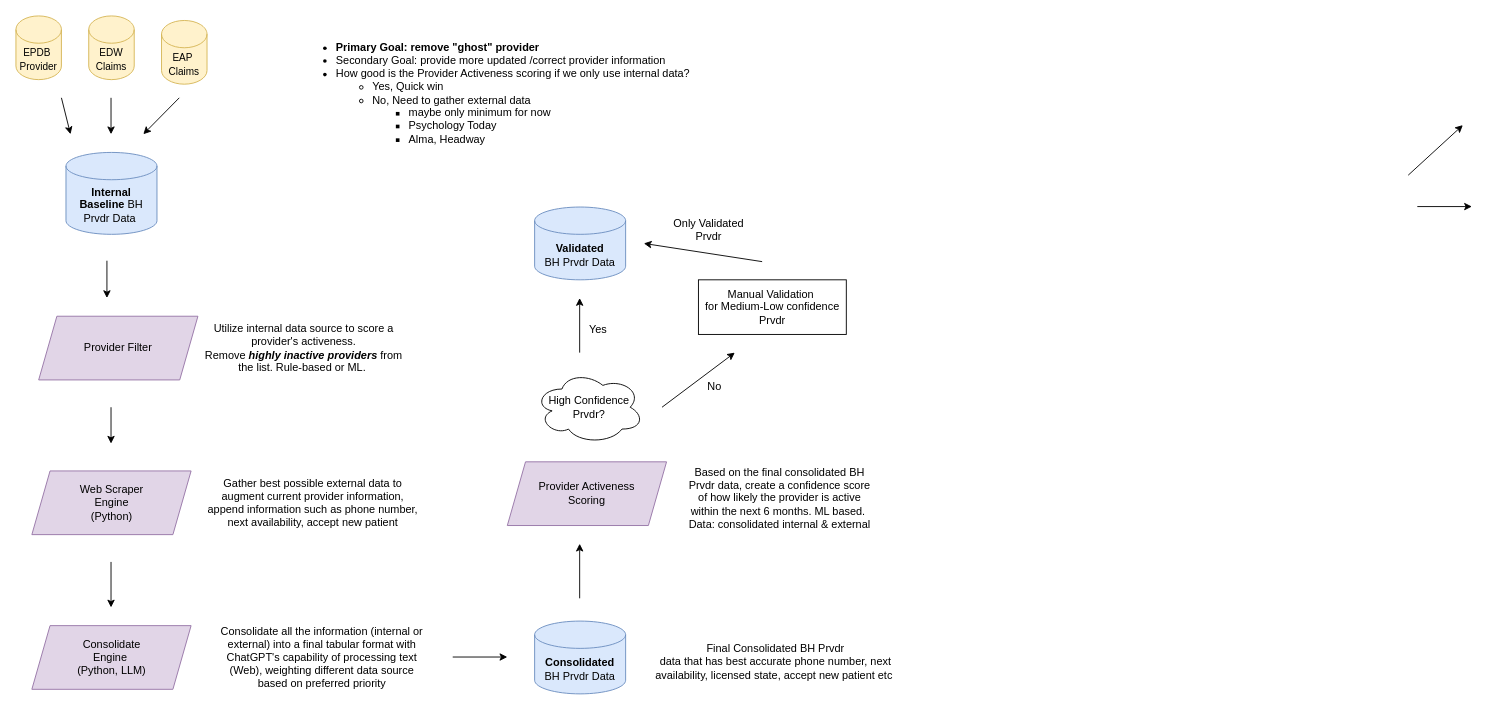
miaow27/miaow27 keeps this draw.io diagram as bh_provider_data_bigpicture2.drawio. Above is the earlier version. Source tidied: cells renumbered, new cells numbered last; positions are measured from the earlier drawing's top-left corner, leaving out a move shared by most shapes. Both pictures are drawn from the tidied source at 91%, with x=0, y=0 at pixel (15, 15).
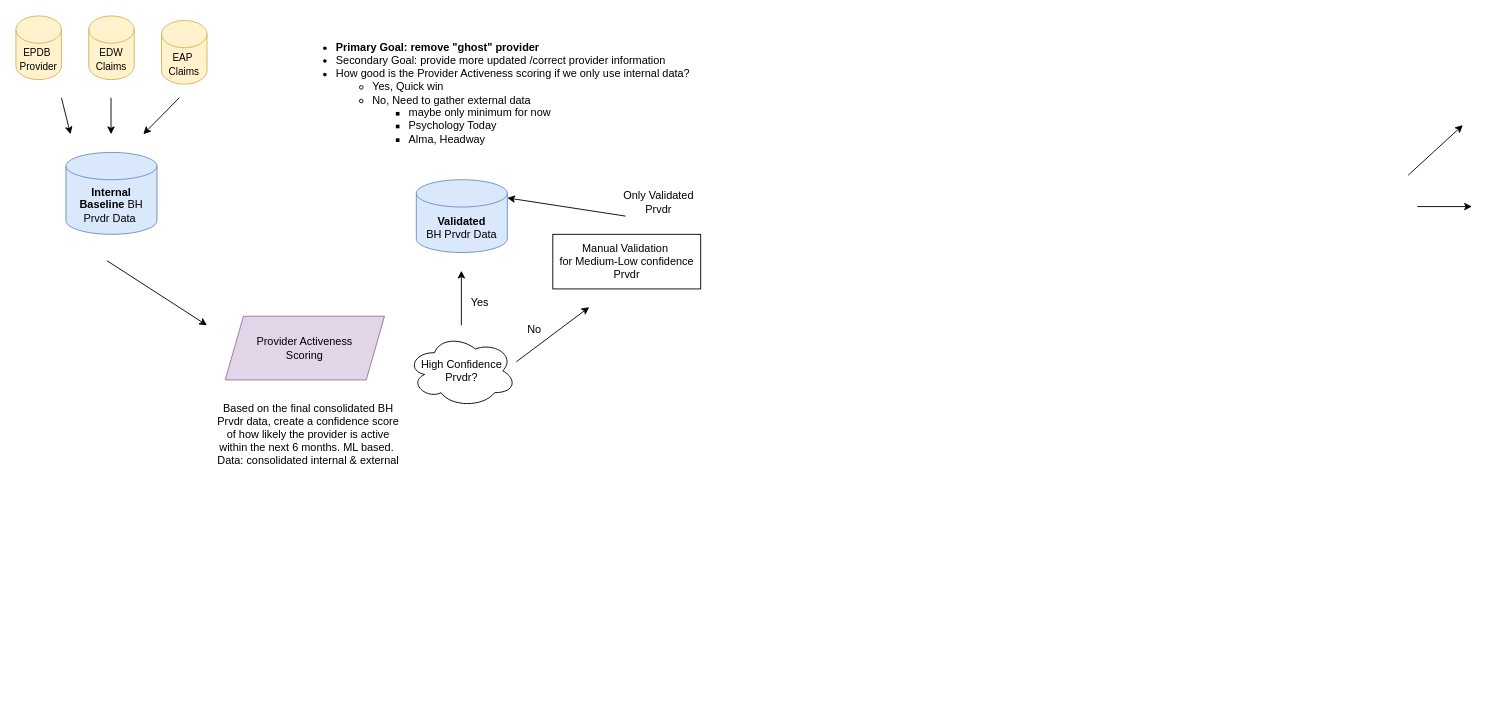
The same page after the edit.

What changed in the source:
```diff
@@
     <mxCell id="8" style="endArrow=classic;html=1;rounded=0;" parent="1" edge="1">
       <mxGeometry relative="1" as="geometry">
         <mxPoint x="100" y="269" as="sourcePoint" />
-        <mxPoint x="100" y="310" as="targetPoint" />
+        <mxPoint x="210" y="340" as="targetPoint" />
       </mxGeometry>
     </mxCell>
-    <mxCell id="9" value="Web Scraper &lt;br&gt;Engine&lt;br&gt;(Python)" style="shape=parallelogram;perimeter=parallelogramPerimeter;whiteSpace=wrap;html=1;fixedSize=1;fillColor=#e1d5e7;strokeColor=#9673a6;" parent="1" vertex="1">
-      <mxGeometry x="17.5" y="500" width="175" height="70" as="geometry" />
-    </mxCell>
-    <mxCell id="10" value="Consolidate &lt;br&gt;Engine&amp;nbsp;&lt;br&gt;(Python, LLM)" style="shape=parallelogram;perimeter=parallelogramPerimeter;whiteSpace=wrap;html=1;fixedSize=1;fillColor=#e1d5e7;strokeColor=#9673a6;" parent="1" vertex="1">
-      <mxGeometry x="17.5" y="670" width="175" height="70" as="geometry" />
-    </mxCell>
-    <mxCell id="11" value="&lt;b&gt;Consolidated&lt;/b&gt;&lt;br&gt;BH Prvdr Data" style="shape=cylinder3;whiteSpace=wrap;html=1;boundedLbl=1;backgroundOutline=1;size=15;fillColor=#dae8fc;strokeColor=#6c8ebf;" parent="1" vertex="1">
-      <mxGeometry x="570" y="665" width="100" height="80" as="geometry" />
-    </mxCell>
@@
-    <mxCell id="13" value="Provider Filter" style="shape=parallelogram;perimeter=parallelogramPerimeter;whiteSpace=wrap;html=1;fixedSize=1;fillColor=#e1d5e7;strokeColor=#9673a6;" parent="1" vertex="1">
-      <mxGeometry x="25" y="330" width="175" height="70" as="geometry" />
-    </mxCell>
-    <mxCell id="14" value="Gather best possible external data to augment current provider information, append information such as phone number, next availability, accept new patient" style="text;html=1;strokeColor=none;fillColor=none;align=center;verticalAlign=middle;whiteSpace=wrap;rounded=0;" parent="1" vertex="1">
-      <mxGeometry x="210" y="507.5" width="232.5" height="55" as="geometry" />
-    </mxCell>
-    <mxCell id="15" value="Utilize internal data source to score a provider's activeness. &lt;br&gt;Remove &lt;b&gt;&lt;i&gt;highly inactive providers&lt;/i&gt;&lt;/b&gt; from the list. Rule-based or ML.&amp;nbsp;" style="text;html=1;strokeColor=none;fillColor=none;align=center;verticalAlign=middle;whiteSpace=wrap;rounded=0;" parent="1" vertex="1">
-      <mxGeometry x="200" y="337.5" width="232.5" height="55" as="geometry" />
-    </mxCell>
-    <mxCell id="16" value="Consolidate all the information (internal or external) into a final tabular format with ChatGPT's capability of processing text (Web), weighting different data source based on preferred priority" style="text;html=1;strokeColor=none;fillColor=none;align=center;verticalAlign=middle;whiteSpace=wrap;rounded=0;" parent="1" vertex="1">
-      <mxGeometry x="220" y="665" width="232.5" height="80" as="geometry" />
-    </mxCell>
-    <mxCell id="17" style="endArrow=classic;html=1;rounded=0;" parent="1" edge="1">
-      <mxGeometry relative="1" as="geometry">
-        <mxPoint x="104.5" y="600" as="sourcePoint" />
-        <mxPoint x="104.5" y="650" as="targetPoint" />
-      </mxGeometry>
-    </mxCell>
-    <mxCell id="18" style="endArrow=classic;html=1;rounded=0;" parent="1" edge="1">
-      <mxGeometry relative="1" as="geometry">
-        <mxPoint x="480" y="704.5" as="sourcePoint" />
-        <mxPoint x="540" y="704.5" as="targetPoint" />
-      </mxGeometry>
-    </mxCell>
-    <mxCell id="19" value="Final Consolidated BH Prvdr &lt;br&gt;data that has best accurate phone number, next availability, licensed state, accept new patient etc&amp;nbsp;" style="text;html=1;strokeColor=none;fillColor=none;align=center;verticalAlign=middle;whiteSpace=wrap;rounded=0;" parent="1" vertex="1">
-      <mxGeometry x="700" y="670" width="270" height="80" as="geometry" />
-    </mxCell>
-    <mxCell id="20" style="endArrow=classic;html=1;rounded=0;" parent="1" edge="1">
-      <mxGeometry relative="1" as="geometry">
-        <mxPoint x="619.5" y="640" as="sourcePoint" />
-        <mxPoint x="619.5" y="580" as="targetPoint" />
-      </mxGeometry>
-    </mxCell>
     <mxCell id="21" value="Provider Activeness&lt;br&gt;Scoring" style="shape=parallelogram;perimeter=parallelogramPerimeter;whiteSpace=wrap;html=1;fixedSize=1;fillColor=#e1d5e7;strokeColor=#9673a6;" parent="1" vertex="1">
-      <mxGeometry x="540" y="490" width="175" height="70" as="geometry" />
+      <mxGeometry x="230" y="330" width="175" height="70" as="geometry" />
     </mxCell>
     <mxCell id="22" value="Based on the final consolidated BH Prvdr data, create a confidence score of how likely the provider is active within the next 6 months.&amp;nbsp;ML based.&amp;nbsp;&lt;br&gt;Data: consolidated internal &amp;amp; external" style="text;html=1;strokeColor=none;fillColor=none;align=center;verticalAlign=middle;whiteSpace=wrap;rounded=0;" parent="1" vertex="1">
-      <mxGeometry x="737.5" y="490" width="202.5" height="80" as="geometry" />
+      <mxGeometry x="220" y="420" width="202.5" height="80" as="geometry" />
     </mxCell>
@@
-    <mxCell id="25" style="endArrow=classic;html=1;rounded=0;" parent="1" edge="1">
-      <mxGeometry relative="1" as="geometry">
-        <mxPoint x="104.5" y="430" as="sourcePoint" />
-        <mxPoint x="104.5" y="470" as="targetPoint" />
-      </mxGeometry>
-    </mxCell>
     <mxCell id="26" style="endArrow=classic;html=1;rounded=0;" parent="1" edge="1">
       <mxGeometry relative="1" as="geometry">
-        <mxPoint x="619.5" y="370" as="sourcePoint" />
-        <mxPoint x="619.5" y="310" as="targetPoint" />
+        <mxPoint x="489.5" y="340" as="sourcePoint" />
+        <mxPoint x="489.5" y="280" as="targetPoint" />
       </mxGeometry>
     </mxCell>
     <mxCell id="27" value="&lt;b&gt;Validated&lt;/b&gt;&lt;br&gt;BH Prvdr Data" style="shape=cylinder3;whiteSpace=wrap;html=1;boundedLbl=1;backgroundOutline=1;size=15;fillColor=#dae8fc;strokeColor=#6c8ebf;" parent="1" vertex="1">
-      <mxGeometry x="570" y="210" width="100" height="80" as="geometry" />
+      <mxGeometry x="440" y="180" width="100" height="80" as="geometry" />
     </mxCell>
     <mxCell id="28" value="Yes" style="text;html=1;strokeColor=none;fillColor=none;align=center;verticalAlign=middle;whiteSpace=wrap;rounded=0;" parent="1" vertex="1">
-      <mxGeometry x="610" y="330" width="60" height="30" as="geometry" />
+      <mxGeometry x="480" y="300" width="60" height="30" as="geometry" />
     </mxCell>
     <mxCell id="29" value="Manual Validation&amp;nbsp;&lt;br&gt;for Medium-Low confidence Prvdr" style="rounded=0;whiteSpace=wrap;html=1;" parent="1" vertex="1">
-      <mxGeometry x="750" y="290" width="162.5" height="60" as="geometry" />
+      <mxGeometry x="590" y="240" width="162.5" height="60" as="geometry" />
     </mxCell>
     <mxCell id="30" style="endArrow=classic;html=1;rounded=0;" parent="1" edge="1">
       <mxGeometry relative="1" as="geometry">
-        <mxPoint x="710" y="430" as="sourcePoint" />
-        <mxPoint x="790" y="370" as="targetPoint" />
+        <mxPoint x="550" y="380" as="sourcePoint" />
+        <mxPoint x="630" y="320" as="targetPoint" />
       </mxGeometry>
     </mxCell>
     <mxCell id="31" value="High Confidence Prvdr?" style="ellipse;shape=cloud;whiteSpace=wrap;html=1;align=center;" parent="1" vertex="1">
-      <mxGeometry x="570" y="390" width="120" height="80" as="geometry" />
+      <mxGeometry x="430" y="350" width="120" height="80" as="geometry" />
     </mxCell>
     <mxCell id="32" value="No" style="text;html=1;strokeColor=none;fillColor=none;align=center;verticalAlign=middle;whiteSpace=wrap;rounded=0;" parent="1" vertex="1">
-      <mxGeometry x="737.5" y="392.5" width="60" height="30" as="geometry" />
+      <mxGeometry x="540" y="330" width="60" height="30" as="geometry" />
     </mxCell>
     <mxCell id="33" style="endArrow=classic;html=1;rounded=0;" parent="1" edge="1">
       <mxGeometry relative="1" as="geometry">
-        <mxPoint x="820" y="270" as="sourcePoint" />
-        <mxPoint x="690" y="250" as="targetPoint" />
+        <mxPoint x="670" y="220" as="sourcePoint" />
+        <mxPoint x="540" y="200" as="targetPoint" />
       </mxGeometry>
     </mxCell>
     <mxCell id="34" value="Only Validated Prvdr" style="text;html=1;strokeColor=none;fillColor=none;align=center;verticalAlign=middle;whiteSpace=wrap;rounded=0;" parent="1" vertex="1">
-      <mxGeometry x="715" y="220" width="92.5" height="30" as="geometry" />
+      <mxGeometry x="660" y="190" width="92.5" height="30" as="geometry" />
     </mxCell>
```
